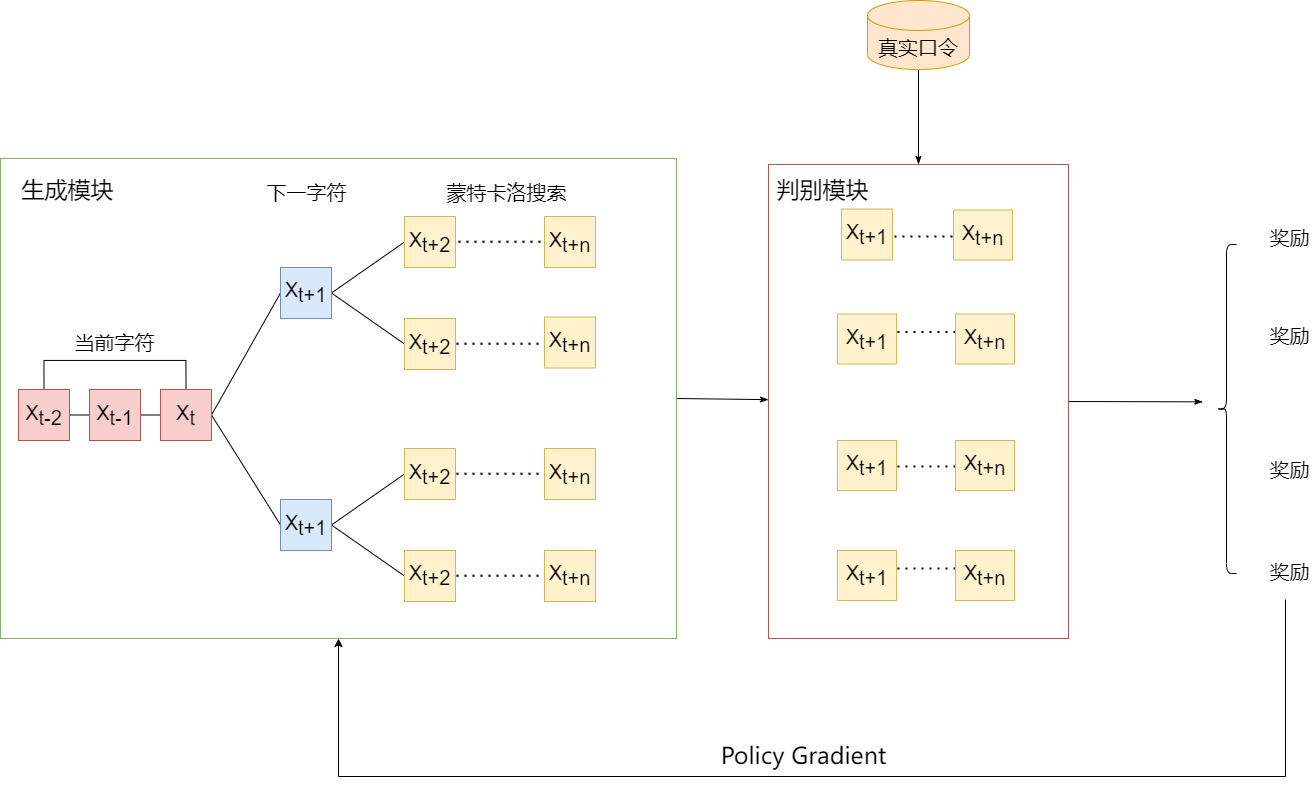
The draw.io diagram seqgan.drawio.png in lakomi/pictures, before a commit. Source tidied: cells renumbered, new cells last; positions are measured from the earlier drawing's top-left corner, leaving out a move shared by most shapes.
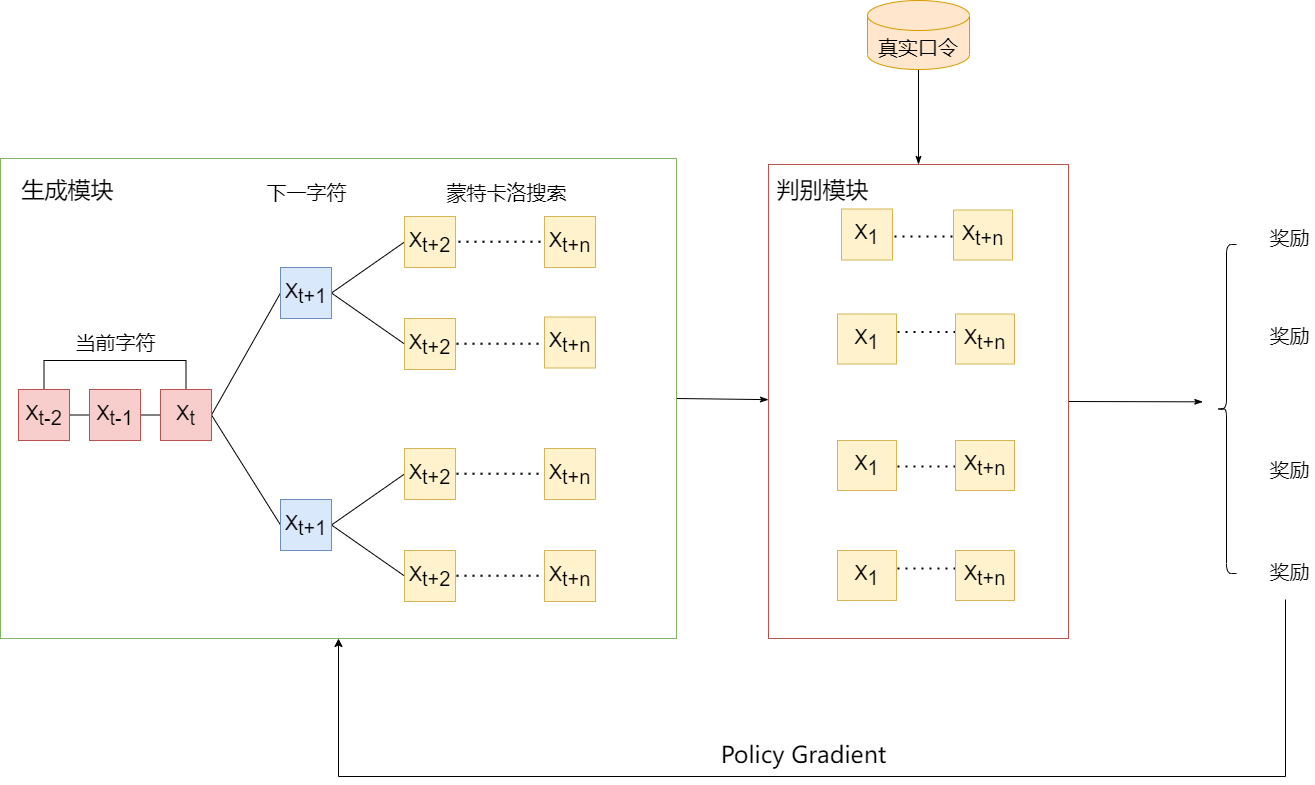
Later version of the same file.

The edit, as a diff of the source:
```diff
@@ -150,7 +150,7 @@
     <mxCell id="40" value="奖励" style="text;html=1;align=center;verticalAlign=middle;fontSize=20;" parent="1" vertex="1">
       <mxGeometry x="1264" y="557" width="50" height="28" as="geometry" />
     </mxCell>
-    <mxCell id="41" value="X&lt;sub style=&quot;font-size: 20px&quot;&gt;t+1&lt;/sub&gt;" style="rounded=0;whiteSpace=wrap;html=1;fontSize=20;fillColor=#fff2cc;strokeColor=#d6b656;" parent="1" vertex="1">
+    <mxCell id="41" value="X&lt;sub style=&quot;font-size: 20px&quot;&gt;1&lt;/sub&gt;" style="rounded=0;whiteSpace=wrap;html=1;fontSize=20;fillColor=#fff2cc;strokeColor=#d6b656;" parent="1" vertex="1">
       <mxGeometry x="841" y="208.5" width="51" height="51" as="geometry" />
     </mxCell>
     <mxCell id="42" style="endArrow=none;dashed=1;html=1;dashPattern=1 3;strokeWidth=2;rounded=0;fontSize=20;" parent="1" edge="1">
@@ -208,19 +208,19 @@
     <mxCell id="49" value="X&lt;sub style=&quot;font-size: 20px&quot;&gt;t+n&lt;/sub&gt;" style="rounded=0;whiteSpace=wrap;html=1;fontSize=20;fillColor=#fff2cc;strokeColor=#d6b656;" parent="1" vertex="1">
       <mxGeometry x="953" y="209.5" width="59" height="50" as="geometry" />
     </mxCell>
-    <mxCell id="50" value="X&lt;sub style=&quot;font-size: 20px;&quot;&gt;t+1&lt;/sub&gt;" style="rounded=0;whiteSpace=wrap;html=1;fontSize=20;fillColor=#fff2cc;strokeColor=#d6b656;" parent="1" vertex="1">
+    <mxCell id="50" value="X&lt;sub style=&quot;font-size: 20px&quot;&gt;1&lt;/sub&gt;" style="rounded=0;whiteSpace=wrap;html=1;fontSize=20;fillColor=#fff2cc;strokeColor=#d6b656;" parent="1" vertex="1">
       <mxGeometry x="837" y="313.5" width="59" height="50" as="geometry" />
     </mxCell>
     <mxCell id="51" value="X&lt;sub style=&quot;font-size: 20px&quot;&gt;t+n&lt;/sub&gt;" style="rounded=0;whiteSpace=wrap;html=1;fontSize=20;fillColor=#fff2cc;strokeColor=#d6b656;" parent="1" vertex="1">
       <mxGeometry x="955" y="313.5" width="59" height="50" as="geometry" />
     </mxCell>
-    <mxCell id="52" value="X&lt;sub style=&quot;font-size: 20px;&quot;&gt;t+1&lt;/sub&gt;" style="rounded=0;whiteSpace=wrap;html=1;fontSize=20;fillColor=#fff2cc;strokeColor=#d6b656;" parent="1" vertex="1">
+    <mxCell id="52" value="X&lt;sub style=&quot;font-size: 20px&quot;&gt;1&lt;/sub&gt;" style="rounded=0;whiteSpace=wrap;html=1;fontSize=20;fillColor=#fff2cc;strokeColor=#d6b656;" parent="1" vertex="1">
       <mxGeometry x="837" y="440" width="59" height="50" as="geometry" />
     </mxCell>
     <mxCell id="53" value="X&lt;sub style=&quot;font-size: 20px&quot;&gt;t+n&lt;/sub&gt;" style="rounded=0;whiteSpace=wrap;html=1;fontSize=20;fillColor=#fff2cc;strokeColor=#d6b656;" parent="1" vertex="1">
       <mxGeometry x="955" y="440" width="59" height="50" as="geometry" />
     </mxCell>
-    <mxCell id="54" value="X&lt;sub style=&quot;font-size: 20px;&quot;&gt;t+1&lt;/sub&gt;" style="rounded=0;whiteSpace=wrap;html=1;fontSize=20;fillColor=#fff2cc;strokeColor=#d6b656;" parent="1" vertex="1">
+    <mxCell id="54" value="X&lt;sub style=&quot;font-size: 20px&quot;&gt;1&lt;/sub&gt;" style="rounded=0;whiteSpace=wrap;html=1;fontSize=20;fillColor=#fff2cc;strokeColor=#d6b656;" parent="1" vertex="1">
       <mxGeometry x="837" y="550" width="59" height="50" as="geometry" />
     </mxCell>
     <mxCell id="55" value="X&lt;sub style=&quot;font-size: 20px&quot;&gt;t+n&lt;/sub&gt;" style="rounded=0;whiteSpace=wrap;html=1;fontSize=20;fillColor=#fff2cc;strokeColor=#d6b656;" parent="1" vertex="1">
```
